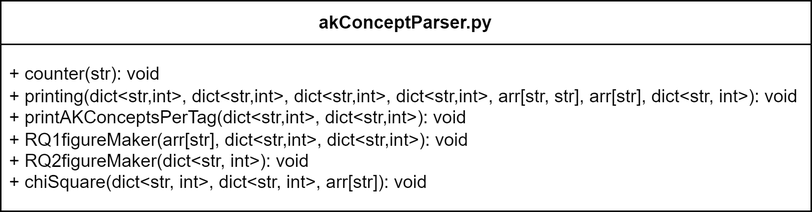
Before: images/overview.drawio.png, a diagram exported from draw.io (RavMango/bachelorsProject). Source tidied: cells renumbered, new cells last; positions are measured from the earlier drawing's top-left corner, leaving out a move shared by most shapes. Source of this version:
```xml
<mxGraphModel>
  <root>
    <mxCell id="0" />
    <mxCell id="1" parent="0" />
    <mxCell id="2" value="akConceptParser.py" style="swimlane;fontStyle=1;align=center;verticalAlign=middle;horizontal=1;startSize=29;html=1;whiteSpace=wrap;" parent="1" vertex="1">
      <mxGeometry width="540" height="140" as="geometry" />
    </mxCell>
    <mxCell id="3" value="+ counter(str): void&lt;div&gt;&lt;span style=&quot;background-color: initial;&quot;&gt;+ printing(dict&amp;lt;str,int&amp;gt;,&amp;nbsp;&lt;/span&gt;&lt;span style=&quot;background-color: initial;&quot;&gt;dict&amp;lt;str,&lt;/span&gt;int&lt;span style=&quot;background-color: initial;&quot;&gt;&amp;gt;,&amp;nbsp;&lt;/span&gt;&lt;span style=&quot;background-color: initial;&quot;&gt;dict&amp;lt;str,&lt;/span&gt;int&lt;span style=&quot;background-color: initial;&quot;&gt;&amp;gt;,&amp;nbsp;&lt;/span&gt;&lt;span style=&quot;background-color: initial;&quot;&gt;dict&amp;lt;str,&lt;/span&gt;int&lt;span style=&quot;background-color: initial;&quot;&gt;&amp;gt;, arr[str, str], arr[str], dict&amp;lt;str, int&amp;gt;): void&lt;/span&gt;&lt;/div&gt;&lt;div&gt;&lt;span style=&quot;background-color: initial;&quot;&gt;+&amp;nbsp;&lt;/span&gt;&lt;span style=&quot;background-color: initial;&quot;&gt;printAKConceptsPerTag(&lt;/span&gt;&lt;span style=&quot;background-color: initial;&quot;&gt;dict&amp;lt;str,&lt;/span&gt;int&lt;span style=&quot;background-color: initial;&quot;&gt;&amp;gt;&lt;/span&gt;&lt;span style=&quot;background-color: initial;&quot;&gt;,&amp;nbsp;&lt;/span&gt;&lt;span style=&quot;background-color: initial;&quot;&gt;dict&amp;lt;str,&lt;/span&gt;int&lt;span style=&quot;background-color: initial;&quot;&gt;&amp;gt;&lt;/span&gt;&lt;span style=&quot;background-color: initial;&quot;&gt;): void&lt;/span&gt;&lt;/div&gt;&lt;div&gt;&lt;span style=&quot;background-color: initial;&quot;&gt;+&amp;nbsp;&lt;/span&gt;&lt;span style=&quot;background-color: initial;&quot;&gt;RQ1figureMaker(arr[str],&amp;nbsp;&lt;/span&gt;&lt;span style=&quot;background-color: initial;&quot;&gt;dict&amp;lt;str,&lt;/span&gt;int&lt;span style=&quot;background-color: initial;&quot;&gt;&amp;gt;&lt;/span&gt;&lt;span style=&quot;background-color: initial;&quot;&gt;,&amp;nbsp;&lt;/span&gt;&lt;span style=&quot;background-color: initial;&quot;&gt;dict&amp;lt;str,&lt;/span&gt;int&lt;span style=&quot;background-color: initial;&quot;&gt;&amp;gt;&lt;/span&gt;&lt;span style=&quot;background-color: initial;&quot;&gt;): void&lt;/span&gt;&lt;span style=&quot;background-color: initial;&quot;&gt;&lt;br&gt;&lt;/span&gt;&lt;/div&gt;&lt;div&gt;&lt;span style=&quot;background-color: initial;&quot;&gt;+ RQ2figureMaker(dict&amp;lt;str, int&amp;gt;): void&lt;/span&gt;&lt;/div&gt;&lt;div&gt;&lt;span style=&quot;background-color: initial;&quot;&gt;+&amp;nbsp;&lt;/span&gt;&lt;span style=&quot;background-color: initial;&quot;&gt;chiSquare(&lt;/span&gt;dict&amp;lt;str, int&amp;gt;&lt;span style=&quot;background-color: initial;&quot;&gt;,&amp;nbsp;&lt;/span&gt;dict&amp;lt;str, int&amp;gt;&lt;span style=&quot;background-color: initial;&quot;&gt;, arr[str]): void&lt;/span&gt;&lt;/div&gt;" style="text;html=1;align=left;verticalAlign=middle;spacingLeft=4;spacingRight=4;overflow=hidden;whiteSpace=wrap;" parent="2" vertex="1">
      <mxGeometry y="29" width="540" height="111" as="geometry" />
    </mxCell>
  </root>
</mxGraphModel>
```
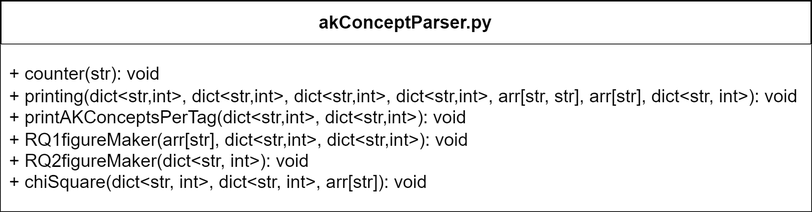
After the commit.

Diff of the diagram source:
```diff
@@ -5,7 +5,7 @@
     <mxCell id="2" value="akConceptParser.py" style="swimlane;fontStyle=1;align=center;verticalAlign=middle;horizontal=1;startSize=29;html=1;whiteSpace=wrap;" parent="1" vertex="1">
       <mxGeometry width="540" height="140" as="geometry" />
     </mxCell>
-    <mxCell id="3" value="+ counter(str): void&lt;div&gt;&lt;span style=&quot;background-color: initial;&quot;&gt;+ printing(dict&amp;lt;str,int&amp;gt;,&amp;nbsp;&lt;/span&gt;&lt;span style=&quot;background-color: initial;&quot;&gt;dict&amp;lt;str,&lt;/span&gt;int&lt;span style=&quot;background-color: initial;&quot;&gt;&amp;gt;,&amp;nbsp;&lt;/span&gt;&lt;span style=&quot;background-color: initial;&quot;&gt;dict&amp;lt;str,&lt;/span&gt;int&lt;span style=&quot;background-color: initial;&quot;&gt;&amp;gt;,&amp;nbsp;&lt;/span&gt;&lt;span style=&quot;background-color: initial;&quot;&gt;dict&amp;lt;str,&lt;/span&gt;int&lt;span style=&quot;background-color: initial;&quot;&gt;&amp;gt;, arr[str, str], arr[str], dict&amp;lt;str, int&amp;gt;): void&lt;/span&gt;&lt;/div&gt;&lt;div&gt;&lt;span style=&quot;background-color: initial;&quot;&gt;+&amp;nbsp;&lt;/span&gt;&lt;span style=&quot;background-color: initial;&quot;&gt;printAKConceptsPerTag(&lt;/span&gt;&lt;span style=&quot;background-color: initial;&quot;&gt;dict&amp;lt;str,&lt;/span&gt;int&lt;span style=&quot;background-color: initial;&quot;&gt;&amp;gt;&lt;/span&gt;&lt;span style=&quot;background-color: initial;&quot;&gt;,&amp;nbsp;&lt;/span&gt;&lt;span style=&quot;background-color: initial;&quot;&gt;dict&amp;lt;str,&lt;/span&gt;int&lt;span style=&quot;background-color: initial;&quot;&gt;&amp;gt;&lt;/span&gt;&lt;span style=&quot;background-color: initial;&quot;&gt;): void&lt;/span&gt;&lt;/div&gt;&lt;div&gt;&lt;span style=&quot;background-color: initial;&quot;&gt;+&amp;nbsp;&lt;/span&gt;&lt;span style=&quot;background-color: initial;&quot;&gt;RQ1figureMaker(arr[str],&amp;nbsp;&lt;/span&gt;&lt;span style=&quot;background-color: initial;&quot;&gt;dict&amp;lt;str,&lt;/span&gt;int&lt;span style=&quot;background-color: initial;&quot;&gt;&amp;gt;&lt;/span&gt;&lt;span style=&quot;background-color: initial;&quot;&gt;,&amp;nbsp;&lt;/span&gt;&lt;span style=&quot;background-color: initial;&quot;&gt;dict&amp;lt;str,&lt;/span&gt;int&lt;span style=&quot;background-color: initial;&quot;&gt;&amp;gt;&lt;/span&gt;&lt;span style=&quot;background-color: initial;&quot;&gt;): void&lt;/span&gt;&lt;span style=&quot;background-color: initial;&quot;&gt;&lt;br&gt;&lt;/span&gt;&lt;/div&gt;&lt;div&gt;&lt;span style=&quot;background-color: initial;&quot;&gt;+ RQ2figureMaker(dict&amp;lt;str, int&amp;gt;): void&lt;/span&gt;&lt;/div&gt;&lt;div&gt;&lt;span style=&quot;background-color: initial;&quot;&gt;+&amp;nbsp;&lt;/span&gt;&lt;span style=&quot;background-color: initial;&quot;&gt;chiSquare(&lt;/span&gt;dict&amp;lt;str, int&amp;gt;&lt;span style=&quot;background-color: initial;&quot;&gt;,&amp;nbsp;&lt;/span&gt;dict&amp;lt;str, int&amp;gt;&lt;span style=&quot;background-color: initial;&quot;&gt;, arr[str]): void&lt;/span&gt;&lt;/div&gt;" style="text;html=1;align=left;verticalAlign=middle;spacingLeft=4;spacingRight=4;overflow=hidden;whiteSpace=wrap;" parent="2" vertex="1">
+    <mxCell id="3" value="+ counter(str): void&lt;div&gt;&lt;span style=&quot;background-color: initial;&quot;&gt;+ printing(dict&amp;lt;str,int&amp;gt;,&amp;nbsp;&lt;/span&gt;&lt;span style=&quot;background-color: initial;&quot;&gt;dict&amp;lt;str,&lt;/span&gt;int&lt;span style=&quot;background-color: initial;&quot;&gt;&amp;gt;,&amp;nbsp;&lt;/span&gt;&lt;span style=&quot;background-color: initial;&quot;&gt;dict&amp;lt;str,&lt;/span&gt;int&lt;span style=&quot;background-color: initial;&quot;&gt;&amp;gt;,&amp;nbsp;&lt;/span&gt;&lt;span style=&quot;background-color: initial;&quot;&gt;dict&amp;lt;str,&lt;/span&gt;int&lt;span style=&quot;background-color: initial;&quot;&gt;&amp;gt;, arr[str, str], arr[str], dict&amp;lt;str, int&amp;gt;): void&lt;/span&gt;&lt;/div&gt;&lt;div&gt;&lt;span style=&quot;background-color: initial;&quot;&gt;+&amp;nbsp;&lt;/span&gt;&lt;span style=&quot;background-color: initial;&quot;&gt;printAKConceptsPerTag(&lt;/span&gt;&lt;span style=&quot;background-color: initial;&quot;&gt;dict&amp;lt;str,&lt;/span&gt;int&lt;span style=&quot;background-color: initial;&quot;&gt;&amp;gt;&lt;/span&gt;&lt;span style=&quot;background-color: initial;&quot;&gt;,&amp;nbsp;&lt;/span&gt;&lt;span style=&quot;background-color: initial;&quot;&gt;dict&amp;lt;str,&lt;/span&gt;int&lt;span style=&quot;background-color: initial;&quot;&gt;&amp;gt;&lt;/span&gt;&lt;span style=&quot;background-color: initial;&quot;&gt;): void&lt;/span&gt;&lt;/div&gt;&lt;div&gt;&lt;span style=&quot;background-color: initial;&quot;&gt;+&amp;nbsp;&lt;/span&gt;&lt;span style=&quot;background-color: initial;&quot;&gt;RQ1figureMaker(arr[str],&amp;nbsp;&lt;/span&gt;&lt;span style=&quot;background-color: initial;&quot;&gt;dict&amp;lt;str,&lt;/span&gt;int&lt;span style=&quot;background-color: initial;&quot;&gt;&amp;gt;&lt;/span&gt;&lt;span style=&quot;background-color: initial;&quot;&gt;,&amp;nbsp;&lt;/span&gt;&lt;span style=&quot;background-color: initial;&quot;&gt;dict&amp;lt;str,&lt;/span&gt;int&lt;span style=&quot;background-color: initial;&quot;&gt;&amp;gt;&lt;/span&gt;&lt;span style=&quot;background-color: initial;&quot;&gt;): void&lt;/span&gt;&lt;span style=&quot;background-color: initial;&quot;&gt;&lt;br&gt;&lt;/span&gt;&lt;/div&gt;&lt;div&gt;&lt;span style=&quot;background-color: initial;&quot;&gt;+ RQ2figureMaker(dict&amp;lt;str, int&amp;gt;): void&lt;/span&gt;&lt;/div&gt;&lt;div&gt;&lt;span style=&quot;background-color: initial;&quot;&gt;+&amp;nbsp;&lt;/span&gt;&lt;span style=&quot;background-color: initial;&quot;&gt;chiSquare(&lt;/span&gt;dict&amp;lt;str, int&amp;gt;&lt;span style=&quot;background-color: initial;&quot;&gt;,&amp;nbsp;&lt;/span&gt;dict&amp;lt;str, int&amp;gt;&lt;span style=&quot;background-color: initial;&quot;&gt;, arr[str]): void&lt;/span&gt;&lt;/div&gt;" style="text;html=1;align=left;verticalAlign=middle;spacingLeft=4;spacingRight=4;overflow=hidden;whiteSpace=wrap;fillColor=default;" parent="2" vertex="1">
       <mxGeometry y="29" width="540" height="111" as="geometry" />
     </mxCell>
   </root>
```
